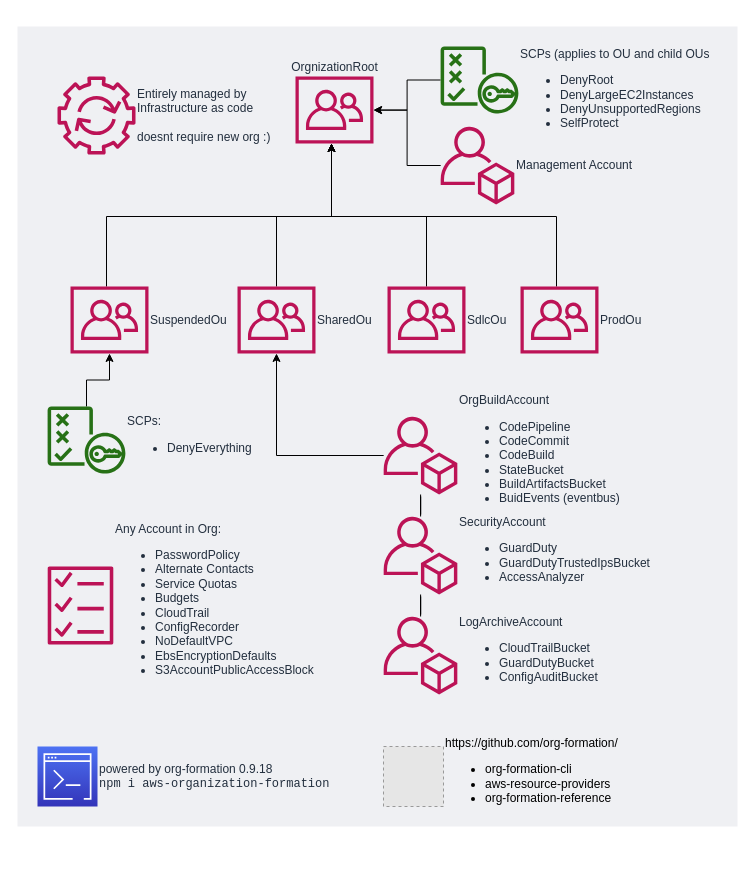
Before: docs/reference-arch.drawio in org-formation/org-formation-reference, a draw.io diagram. Source tidied: cells renumbered, new cells numbered last; positions are measured from the earlier drawing's top-left corner, leaving out a move shared by most shapes. Both pictures are drawn from the tidied source at 100%, with x=0, y=0 at pixel (17, 26). Pictures stored in the file or linked from it are replaced by grey dashed boxes.
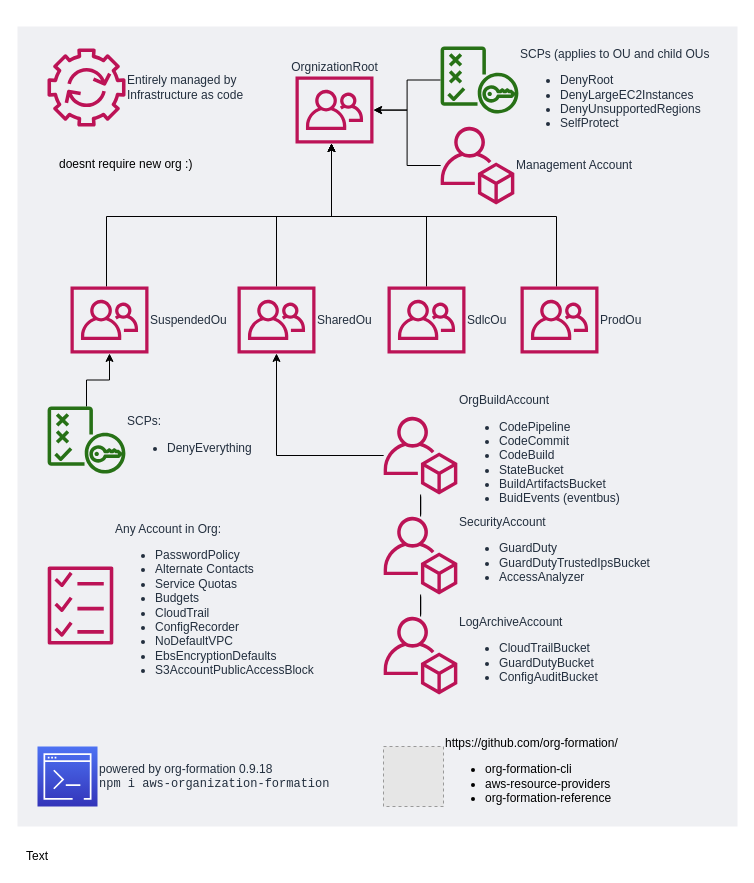
After the change.

Diff of the diagram source:
```diff
@@
-    <mxCell id="25" value="Entirely managed by &lt;br&gt;Infrastructure as code&lt;br&gt;&lt;br&gt;doesnt require new org :)" style="fontColor=#232F3E;gradientColor=none;fillColor=#BC1356;strokeColor=none;dashed=0;verticalLabelPosition=middle;verticalAlign=middle;align=left;html=1;fontSize=12;fontStyle=0;shape=mxgraph.aws4.automation;labelBackgroundColor=none;labelPosition=right;" parent="1" vertex="1">
-      <mxGeometry x="40" y="50" width="78" height="78" as="geometry" />
+    <mxCell id="25" value="Entirely managed by &lt;br&gt;Infrastructure as code" style="fontColor=#232F3E;gradientColor=none;fillColor=#BC1356;strokeColor=none;dashed=0;verticalLabelPosition=middle;verticalAlign=middle;align=left;html=1;fontSize=12;fontStyle=0;shape=mxgraph.aws4.automation;labelBackgroundColor=none;labelPosition=right;" parent="1" vertex="1">
+      <mxGeometry x="30" y="22" width="78" height="78" as="geometry" />
     </mxCell>
@@
+    <mxCell id="28" value="Text" style="text;html=1;strokeColor=none;fillColor=none;align=center;verticalAlign=middle;whiteSpace=wrap;rounded=0;" parent="1" vertex="1">
+      <mxGeometry y="820" width="40" height="20" as="geometry" />
+    </mxCell>
+    <mxCell id="29" value="doesnt require new org :)" style="text;html=1;" parent="1" vertex="1">
+      <mxGeometry x="40" y="124" width="160" height="30" as="geometry" />
+    </mxCell>
```
